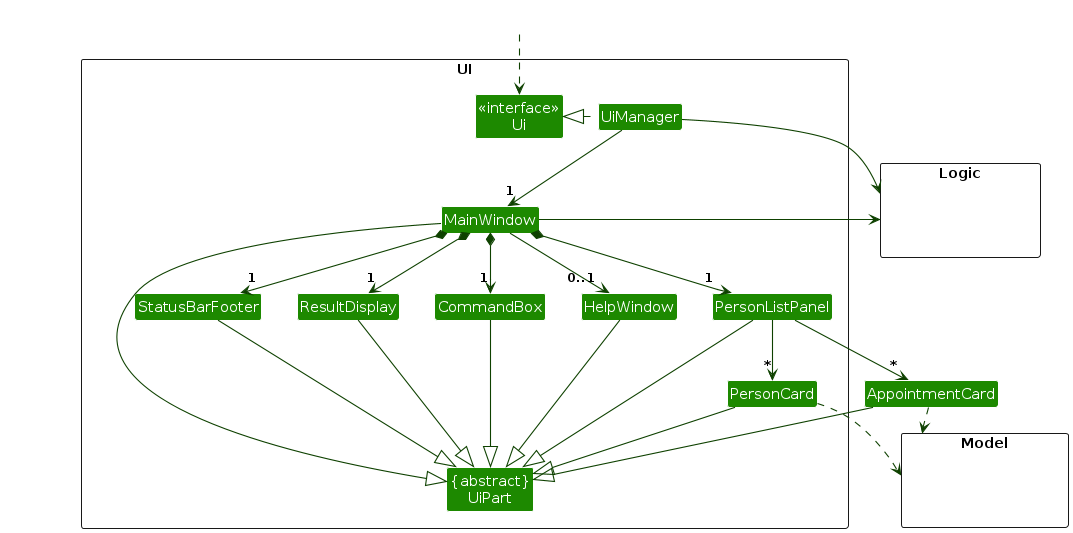
Above: diagrams/UiClassDiagram.png in xuelinglow/tp (PlantUML), before the change. Its source is kept beside it as diagrams/UiClassDiagram.puml.
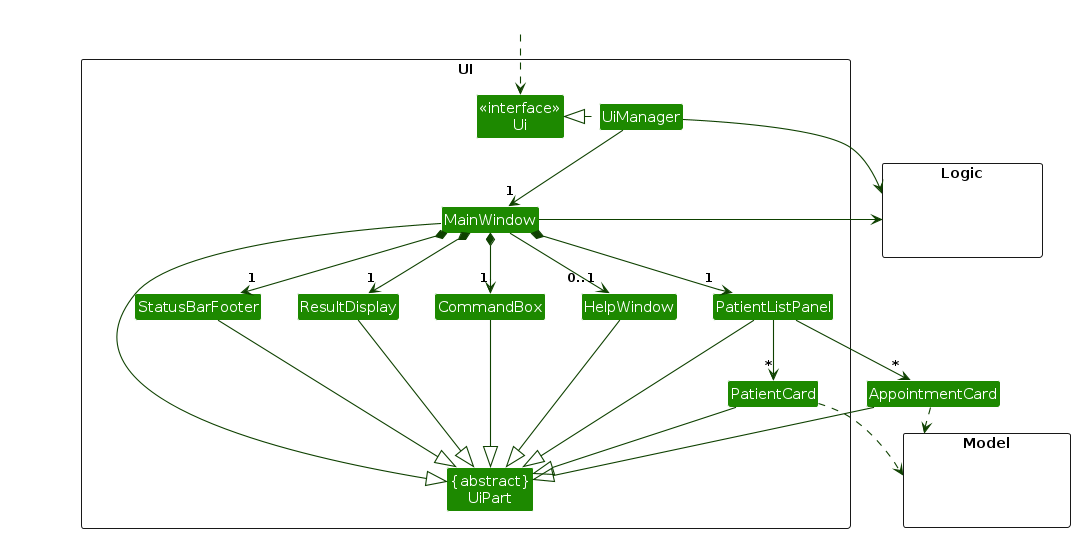
After the commit.

Change to the diagram source:
```diff
@@ -11,8 +11,8 @@
 Class MainWindow
 Class HelpWindow
 Class ResultDisplay
-Class PersonListPanel
-Class PersonCard
+Class PatientListPanel
+Class PatientCard
 Class StatusBarFooter
 Class CommandBox
 }
@@ -32,29 +32,29 @@
 UiManager -down-> "1" MainWindow
 MainWindow *-down->  "1" CommandBox
 MainWindow *-down-> "1" ResultDisplay
-MainWindow *-down-> "1" PersonListPanel
+MainWindow *-down-> "1" PatientListPanel
 MainWindow *-down-> "1" StatusBarFooter
 MainWindow --> "0..1" HelpWindow
 
-PersonListPanel -down-> "*" PersonCard
-PersonListPanel -down-> "*" AppointmentCard
+PatientListPanel -down-> "*" PatientCard
+PatientListPanel -down-> "*" AppointmentCard
 
 MainWindow -left-|> UiPart
 
 ResultDisplay --|> UiPart
 CommandBox --|> UiPart
-PersonListPanel --|> UiPart
-PersonCard --|> UiPart
+PatientListPanel --|> UiPart
+PatientCard --|> UiPart
 AppointmentCard --|> UiPart
 StatusBarFooter --|> UiPart
 HelpWindow --|> UiPart
 
-PersonCard ..> Model
+PatientCard ..> Model
 AppointmentCard ..> Model
 UiManager -right-> Logic
 MainWindow -left-> Logic
 
-PersonListPanel -[hidden]left- HelpWindow
+PatientListPanel -[hidden]left- HelpWindow
 HelpWindow -[hidden]left- CommandBox
 CommandBox -[hidden]left- ResultDisplay
 ResultDisplay -[hidden]left- StatusBarFooter
```
